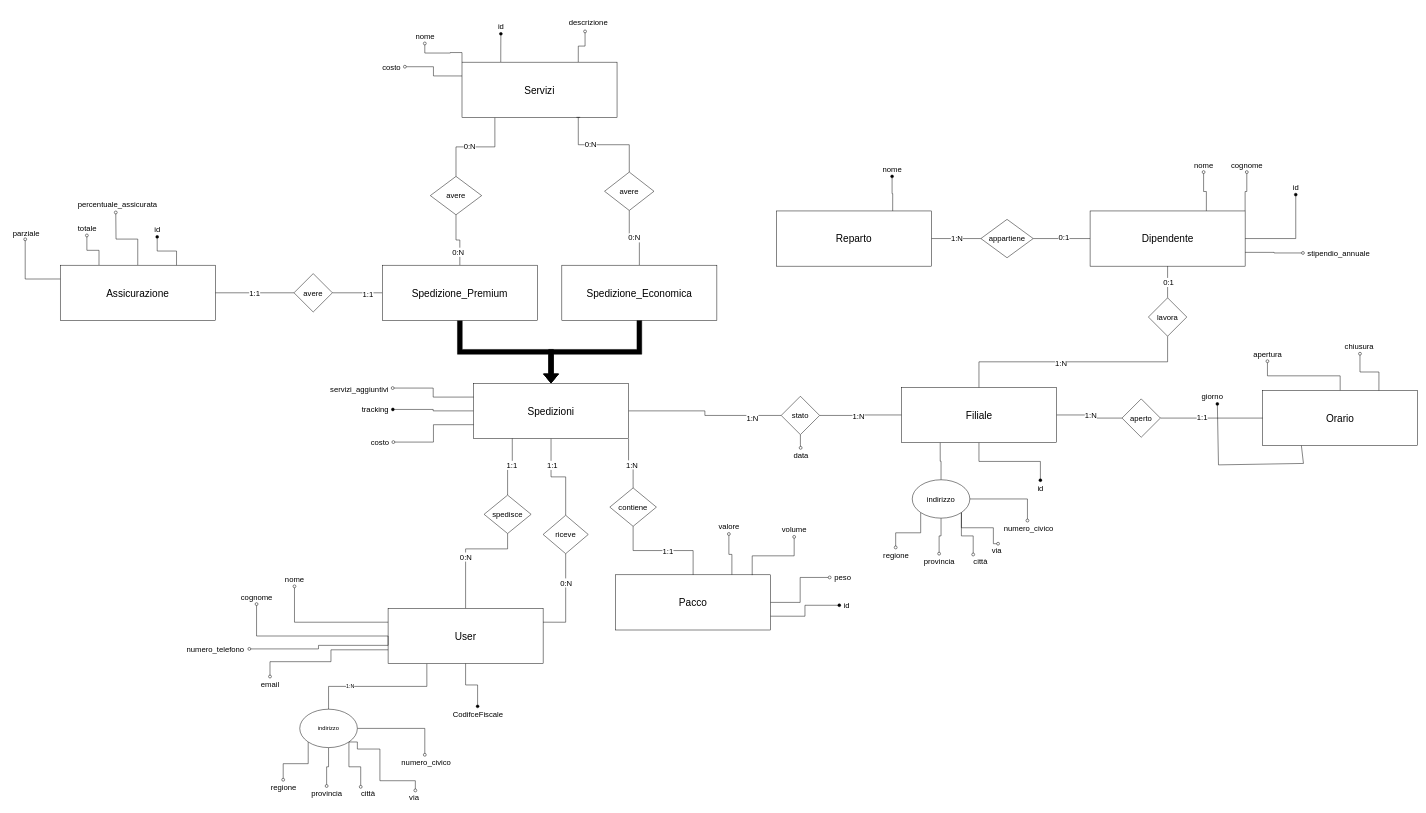
This is Diagramma senza titolo.drawio from dugoalberto/DataBaseProject, a draw.io file, before an edit. Source tidied: cells renumbered, new cells numbered last; positions are measured from the earlier drawing's top-left corner, leaving out a move shared by most shapes. Both pictures are drawn from the tidied source at 48%, with x=0, y=0 at pixel (8, 15).
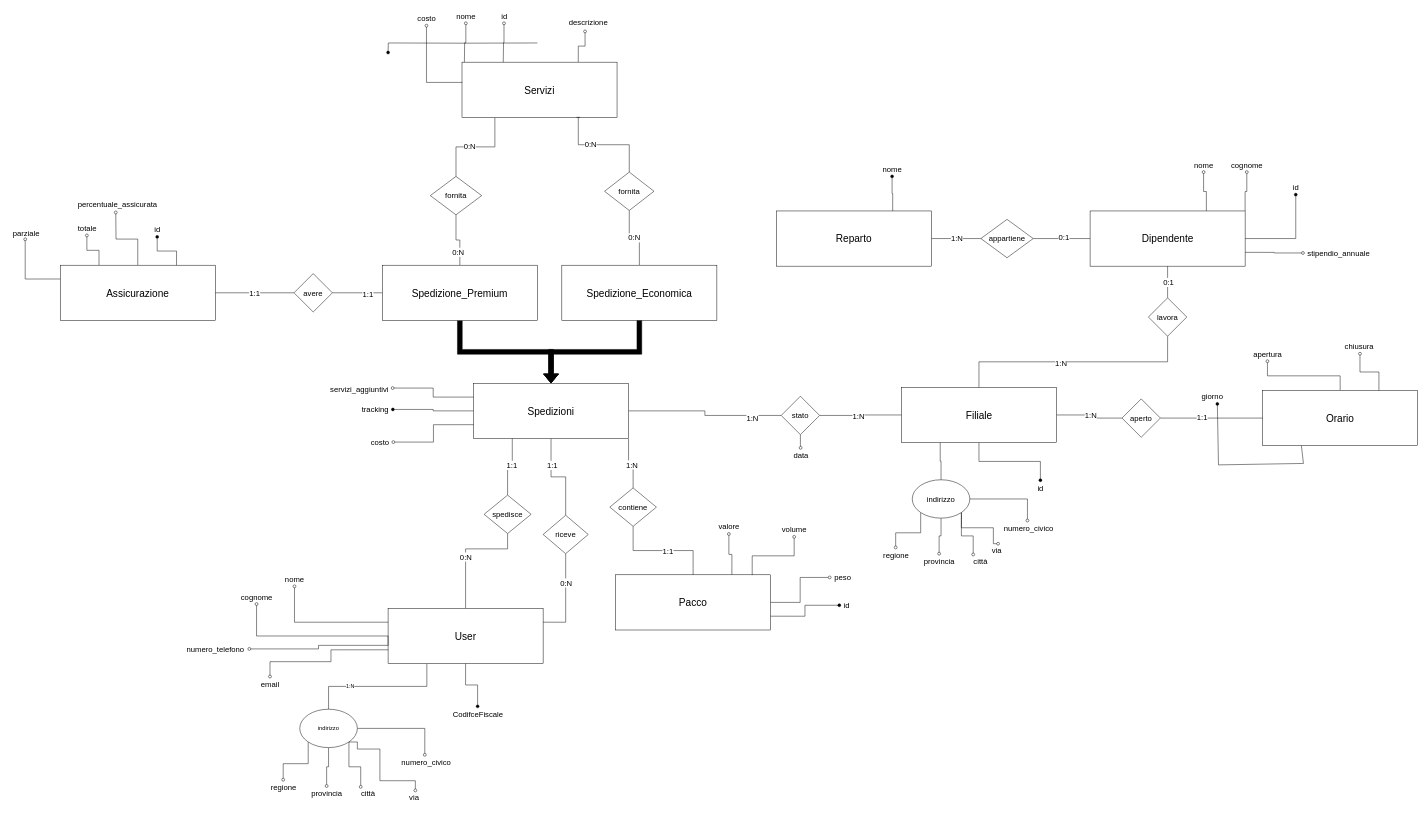
After the change.

Unchanged cells that the change refers to:
```xml
<mxCell id="40" value="&lt;font style=&quot;font-size: 21px;&quot;&gt;Servizi&lt;/font&gt;" style="rounded=0;whiteSpace=wrap;html=1;fontSize=21;" parent="1" vertex="1">
  <mxGeometry x="945" y="98" width="323" height="115" as="geometry" />
</mxCell>
```

Diff of the diagram source:
```diff
@@
-    <mxCell id="36" style="edgeStyle=orthogonalEdgeStyle;rounded=0;jettySize=auto;html=1;exitX=0.25;exitY=0;exitDx=0;exitDy=0;endArrow=oval;endFill=1;" parent="1" edge="1" source="40" target="57">
-      <mxGeometry relative="1" as="geometry" />
-    </mxCell>
@@
-    <mxCell id="38" style="edgeStyle=orthogonalEdgeStyle;rounded=0;jettySize=auto;html=1;exitX=0;exitY=0;exitDx=0;exitDy=0;endArrow=oval;endFill=0;" parent="1" edge="1" source="40" target="129">
-      <mxGeometry relative="1" as="geometry" />
-    </mxCell>
-    <mxCell id="39" style="edgeStyle=orthogonalEdgeStyle;rounded=0;jettySize=auto;html=1;exitX=0;exitY=0.25;exitDx=0;exitDy=0;endArrow=oval;endFill=0;" parent="1" edge="1" source="40" target="128">
-      <mxGeometry relative="1" as="geometry" />
-    </mxCell>
@@
-    <mxCell id="43" value="avere" style="rhombus;whiteSpace=wrap;html=1;fontSize=16;" parent="1" vertex="1">
+    <mxCell id="43" value="fornita" style="rhombus;whiteSpace=wrap;html=1;fontSize=16;" parent="1" vertex="1">
       <mxGeometry x="879" y="336" width="107" height="80" as="geometry" />
     </mxCell>
@@
-    <mxCell id="46" value="avere" style="rhombus;whiteSpace=wrap;html=1;fontSize=16;" parent="1" vertex="1">
+    <mxCell id="46" value="fornita" style="rhombus;whiteSpace=wrap;html=1;fontSize=16;" parent="1" vertex="1">
       <mxGeometry x="1242" y="327" width="103" height="80" as="geometry" />
     </mxCell>
@@
-    <mxCell id="57" value="&lt;font style=&quot;font-size: 16px;&quot;&gt;id&lt;/font&gt;" style="text;html=1;align=center;verticalAlign=middle;points=[];strokeColor=none;fillColor=none;" parent="1" vertex="1">
-      <mxGeometry x="1011" y="8" width="30" height="31" as="geometry" />
-    </mxCell>
@@
-    <mxCell id="128" value="&lt;font style=&quot;font-size: 16px;&quot;&gt;costo&lt;/font&gt;" style="text;html=1;align=center;verticalAlign=middle;points=[];strokeColor=none;fillColor=none;" parent="1" vertex="1">
-      <mxGeometry x="770" y="92" width="56" height="31" as="geometry" />
-    </mxCell>
-    <mxCell id="129" value="&lt;font style=&quot;font-size: 16px;&quot;&gt;nome&lt;/font&gt;" style="text;html=1;align=center;verticalAlign=middle;points=[];strokeColor=none;fillColor=none;" parent="1" vertex="1">
-      <mxGeometry x="838.5" y="28" width="58" height="31" as="geometry" />
-    </mxCell>
@@
+    <mxCell id="148" style="edgeStyle=orthogonalEdgeStyle;rounded=0;jettySize=auto;html=1;exitX=0.25;exitY=0;exitDx=0;exitDy=0;endArrow=oval;endFill=0;" parent="1" edge="1" target="57">
+      <mxGeometry relative="1" as="geometry">
+        <mxPoint x="1031" y="98" as="sourcePoint" />
+      </mxGeometry>
+    </mxCell>
+    <mxCell id="149" style="edgeStyle=orthogonalEdgeStyle;rounded=0;jettySize=auto;html=1;exitX=0;exitY=0;exitDx=0;exitDy=0;endArrow=oval;endFill=0;" parent="1" edge="1" target="129">
+      <mxGeometry relative="1" as="geometry">
+        <mxPoint x="950" y="98" as="sourcePoint" />
+      </mxGeometry>
+    </mxCell>
+    <mxCell id="39" style="edgeStyle=orthogonalEdgeStyle;rounded=0;jettySize=auto;html=1;exitX=0.002;exitY=0.367;exitDx=0;exitDy=0;endArrow=oval;endFill=0;exitPerimeter=0;" parent="1" edge="1" source="40" target="128">
+      <mxGeometry relative="1" as="geometry" />
+    </mxCell>
+    <mxCell id="57" value="&lt;font style=&quot;font-size: 16px;&quot;&gt;id&lt;/font&gt;" style="text;html=1;align=center;verticalAlign=middle;points=[];strokeColor=none;fillColor=none;" parent="1" vertex="1">
+      <mxGeometry x="1017.5" y="-14" width="30" height="31" as="geometry" />
+    </mxCell>
+    <mxCell id="128" value="&lt;font style=&quot;font-size: 16px;&quot;&gt;costo&lt;/font&gt;" style="text;html=1;align=center;verticalAlign=middle;points=[];strokeColor=none;fillColor=none;" parent="1" vertex="1">
+      <mxGeometry x="843" y="-9" width="56" height="31" as="geometry" />
+    </mxCell>
+    <mxCell id="129" value="&lt;font style=&quot;font-size: 16px;&quot;&gt;nome&lt;/font&gt;" style="text;html=1;align=center;verticalAlign=middle;points=[];strokeColor=none;fillColor=none;" parent="1" vertex="1">
+      <mxGeometry x="924" y="-14" width="58" height="31" as="geometry" />
+    </mxCell>
+    <mxCell id="150" style="edgeStyle=orthogonalEdgeStyle;rounded=0;orthogonalLoop=1;jettySize=auto;html=1;endArrow=oval;endFill=1;" parent="1" edge="1">
+      <mxGeometry relative="1" as="geometry">
+        <mxPoint x="1102" y="58" as="sourcePoint" />
+        <mxPoint x="791" y="78" as="targetPoint" />
+      </mxGeometry>
+    </mxCell>
```
